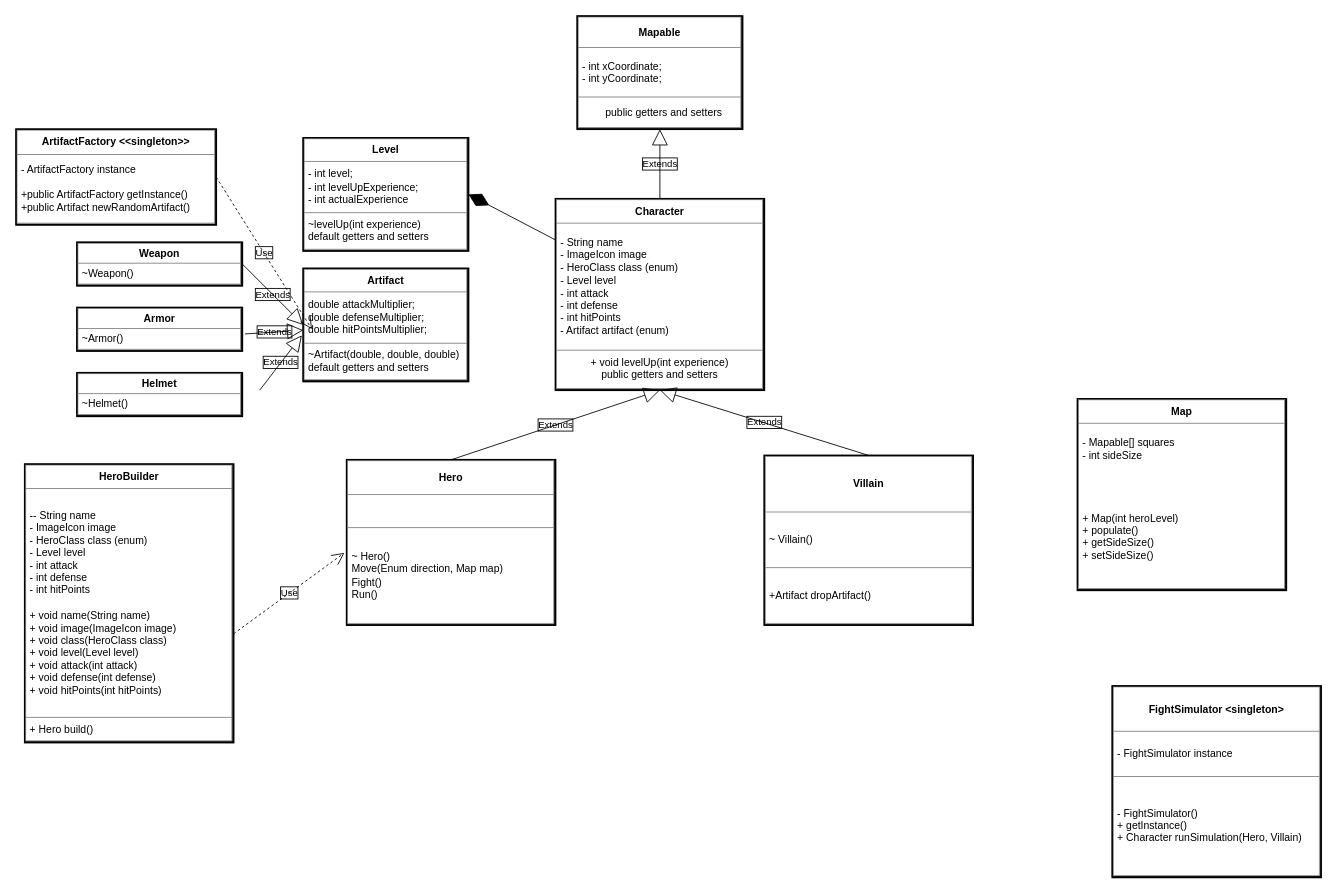
Earlier version of the draw.io diagram uml_class_diagram.drawio (tlouro-c/swingy). Source tidied: cells renumbered, new cells numbered last; positions are measured from the earlier drawing's top-left corner, leaving out a move shared by most shapes. Both pictures are drawn from the tidied source at 87%, with x=0, y=0 at pixel (16, 16).
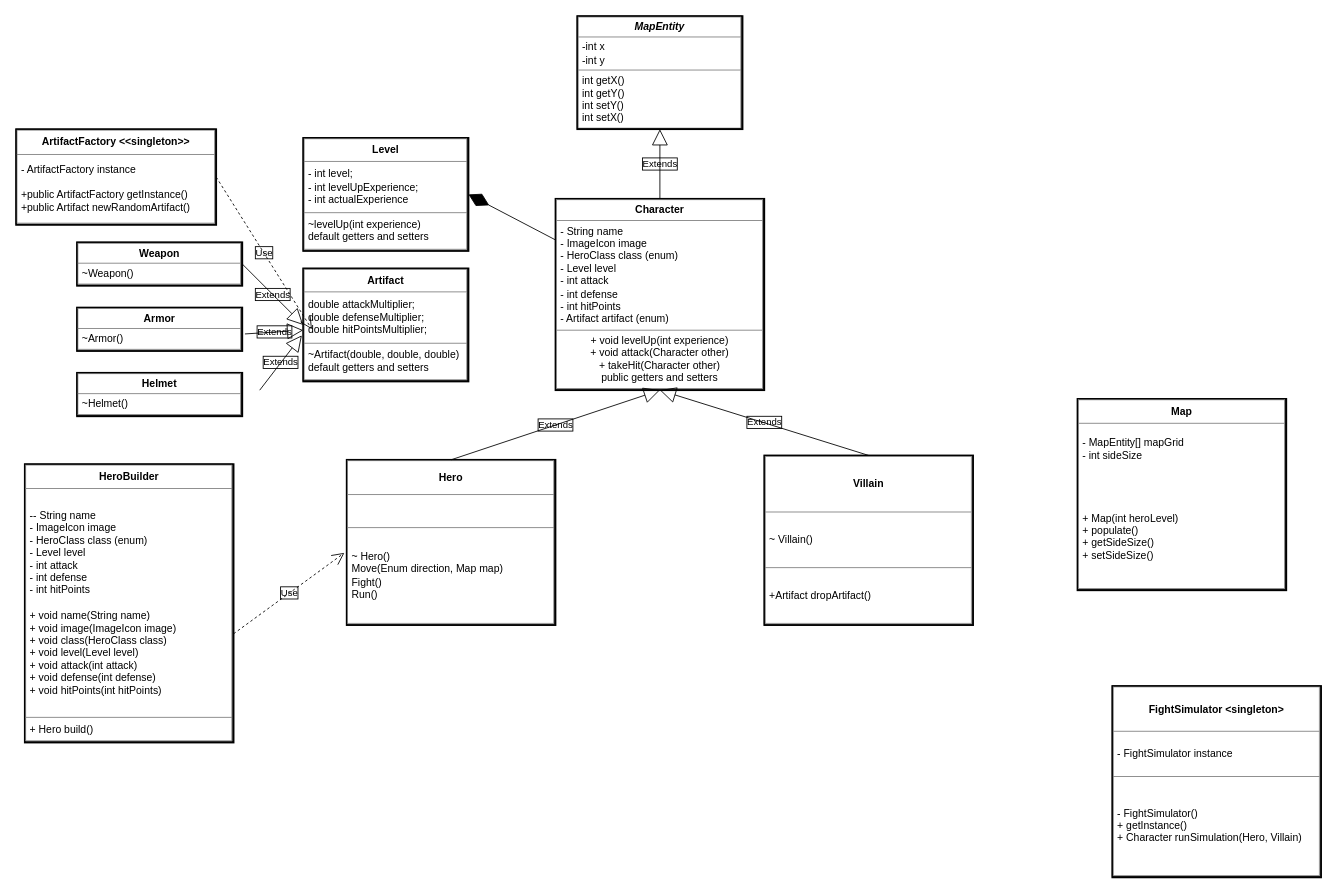
The same page after the edit.

Commit message (it also covers changes not shown here):
Update UML Diagram

What changed in the source:
```diff
@@
-    <mxCell id="2" value="&lt;table border=&quot;1&quot; width=&quot;100%&quot; height=&quot;100%&quot; cellpadding=&quot;4&quot; style=&quot;width:100%;height:100%;border-collapse:collapse;&quot;&gt;&lt;tbody&gt;&lt;tr&gt;&lt;th align=&quot;center&quot;&gt;Character&lt;br&gt;&lt;/th&gt;&lt;/tr&gt;&lt;tr&gt;&lt;td&gt;- String name&lt;br&gt;- ImageIcon image&lt;br&gt;&lt;div style=&quot;&quot;&gt;&lt;span style=&quot;&quot;&gt;- HeroClass class (enum)&lt;/span&gt;&lt;/div&gt;&lt;div style=&quot;&quot;&gt;&lt;span style=&quot;&quot;&gt;- Level level&lt;/span&gt;&lt;/div&gt;&lt;div style=&quot;&quot;&gt;- int attack&lt;/div&gt;&lt;div style=&quot;&quot;&gt;- int defense&lt;/div&gt;&lt;div style=&quot;&quot;&gt;- int hitPoints&lt;/div&gt;&lt;div style=&quot;&quot;&gt;- Artifact artifact (enum)&lt;/div&gt;&lt;div style=&quot;&quot;&gt;&lt;/div&gt;&lt;/td&gt;&lt;/tr&gt;&lt;tr&gt;&lt;td align=&quot;center&quot;&gt;+ void levelUp(int experience)&lt;br&gt;public getters and setters&lt;/td&gt;&lt;/tr&gt;&lt;/tbody&gt;&lt;/table&gt;" style="text;html=1;whiteSpace=wrap;strokeColor=#000000;fillColor=none;overflow=fill;strokeWidth=2;fontColor=#000000;labelBackgroundColor=none;labelBorderColor=#000000;rounded=0;" parent="1" vertex="1">
+    <mxCell id="2" value="&lt;table border=&quot;1&quot; width=&quot;100%&quot; height=&quot;100%&quot; cellpadding=&quot;4&quot; style=&quot;width:100%;height:100%;border-collapse:collapse;&quot;&gt;&lt;tbody&gt;&lt;tr&gt;&lt;th align=&quot;center&quot;&gt;Character&lt;br&gt;&lt;/th&gt;&lt;/tr&gt;&lt;tr&gt;&lt;td&gt;- String name&lt;br&gt;- ImageIcon image&lt;br&gt;&lt;div style=&quot;&quot;&gt;&lt;span style=&quot;&quot;&gt;- HeroClass class (enum)&lt;/span&gt;&lt;/div&gt;&lt;div style=&quot;&quot;&gt;&lt;span style=&quot;&quot;&gt;- Level level&lt;/span&gt;&lt;/div&gt;&lt;div style=&quot;&quot;&gt;- int attack&lt;/div&gt;&lt;div style=&quot;&quot;&gt;- int defense&lt;/div&gt;&lt;div style=&quot;&quot;&gt;- int hitPoints&lt;/div&gt;&lt;div style=&quot;&quot;&gt;- Artifact artifact (enum)&lt;/div&gt;&lt;div style=&quot;&quot;&gt;&lt;/div&gt;&lt;/td&gt;&lt;/tr&gt;&lt;tr&gt;&lt;td align=&quot;center&quot;&gt;+ void levelUp(int experience)&lt;br&gt;+ void attack(Character other)&lt;br&gt;+ takeHit(Character other)&lt;br&gt;public getters and setters&lt;/td&gt;&lt;/tr&gt;&lt;/tbody&gt;&lt;/table&gt;" style="text;html=1;whiteSpace=wrap;strokeColor=#000000;fillColor=none;overflow=fill;strokeWidth=2;fontColor=#000000;labelBackgroundColor=none;labelBorderColor=#000000;rounded=0;" parent="1" vertex="1">
       <mxGeometry x="620" y="210" width="240" height="220" as="geometry" />
     </mxCell>
@@
-    <mxCell id="5" value="&lt;table border=&quot;1&quot; width=&quot;100%&quot; height=&quot;100%&quot; cellpadding=&quot;4&quot; style=&quot;width:100%;height:100%;border-collapse:collapse;&quot;&gt;&lt;tbody&gt;&lt;tr&gt;&lt;th align=&quot;center&quot;&gt;Map&lt;/th&gt;&lt;/tr&gt;&lt;tr&gt;&lt;td&gt;- Mapable[] squares&lt;br&gt;- int sideSize&lt;br&gt;&lt;br&gt;&lt;br&gt;&lt;br&gt;&lt;br&gt;+ Map(int heroLevel)&lt;br&gt;+ populate()&lt;br&gt;+ getSideSize()&lt;br&gt;+ setSideSize()&lt;br&gt;&lt;br&gt;&lt;/td&gt;&lt;/tr&gt;&lt;/tbody&gt;&lt;/table&gt;" style="text;html=1;whiteSpace=wrap;strokeColor=#000000;fillColor=none;overflow=fill;strokeWidth=2;fontColor=#000000;labelBackgroundColor=none;labelBorderColor=#000000;rounded=0;" parent="1" vertex="1">
+    <mxCell id="5" value="&lt;table border=&quot;1&quot; width=&quot;100%&quot; height=&quot;100%&quot; cellpadding=&quot;4&quot; style=&quot;width:100%;height:100%;border-collapse:collapse;&quot;&gt;&lt;tbody&gt;&lt;tr&gt;&lt;th align=&quot;center&quot;&gt;Map&lt;/th&gt;&lt;/tr&gt;&lt;tr&gt;&lt;td&gt;- MapEntity[] mapGrid&lt;br&gt;- int sideSize&lt;br&gt;&lt;br&gt;&lt;br&gt;&lt;br&gt;&lt;br&gt;+ Map(int heroLevel)&lt;br&gt;+ populate()&lt;br&gt;+ getSideSize()&lt;br&gt;+ setSideSize()&lt;br&gt;&lt;br&gt;&lt;/td&gt;&lt;/tr&gt;&lt;/tbody&gt;&lt;/table&gt;" style="text;html=1;whiteSpace=wrap;strokeColor=#000000;fillColor=none;overflow=fill;strokeWidth=2;fontColor=#000000;labelBackgroundColor=none;labelBorderColor=#000000;rounded=0;" parent="1" vertex="1">
       <mxGeometry x="1220" y="440" width="240" height="220" as="geometry" />
     </mxCell>
@@
-    <mxCell id="7" value="&lt;table border=&quot;1&quot; width=&quot;100%&quot; height=&quot;100%&quot; cellpadding=&quot;4&quot; style=&quot;width:100%;height:100%;border-collapse:collapse;&quot;&gt;&lt;tbody&gt;&lt;tr&gt;&lt;th align=&quot;center&quot;&gt;Mapable&lt;/th&gt;&lt;/tr&gt;&lt;tr&gt;&lt;td&gt;- int xCoordinate;&lt;br&gt;- int yCoordinate;&lt;/td&gt;&lt;/tr&gt;&lt;tr&gt;&lt;td&gt;&lt;span style=&quot;white-space: pre;&quot;&gt;&#9;&lt;/span&gt;public getters and setters&lt;br&gt;&lt;/td&gt;&lt;/tr&gt;&lt;/tbody&gt;&lt;/table&gt;" style="text;html=1;whiteSpace=wrap;strokeColor=#000000;fillColor=none;overflow=fill;strokeWidth=2;fontColor=#000000;labelBackgroundColor=none;labelBorderColor=#000000;rounded=0;" parent="1" vertex="1">
+    <mxCell id="7" value="&lt;table border=&quot;1&quot; width=&quot;100%&quot; height=&quot;100%&quot; cellpadding=&quot;4&quot; style=&quot;width:100%;height:100%;border-collapse:collapse;&quot;&gt;&lt;tbody&gt;&lt;tr&gt;&lt;th align=&quot;center&quot;&gt;&lt;i&gt;MapEntity&lt;/i&gt;&lt;/th&gt;&lt;/tr&gt;&lt;tr&gt;&lt;td&gt;-int x&lt;br&gt;-int y&lt;/td&gt;&lt;/tr&gt;&lt;tr&gt;&lt;td&gt;int getX()&lt;br&gt;int getY()&lt;br&gt;int setY()&lt;br&gt;int setX()&lt;/td&gt;&lt;/tr&gt;&lt;/tbody&gt;&lt;/table&gt;" style="text;html=1;whiteSpace=wrap;strokeColor=#000000;fillColor=none;overflow=fill;strokeWidth=2;fontColor=#000000;labelBackgroundColor=none;labelBorderColor=#000000;rounded=0;" parent="1" vertex="1">
       <mxGeometry x="645" width="190" height="130" as="geometry" />
     </mxCell>
```
